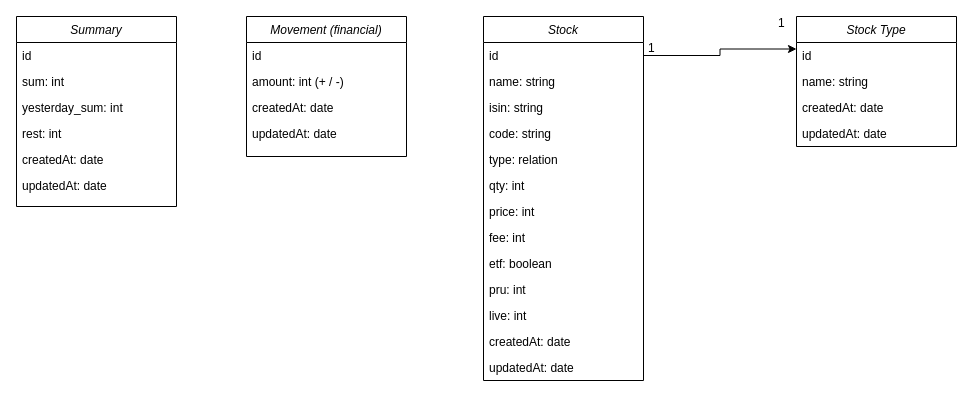
Earlier version of the draw.io diagram StockReport.drawio (thomas-claireau/stockreport). Source tidied: cells renumbered, new cells numbered last; positions are measured from the earlier drawing's top-left corner, leaving out a move shared by most shapes. Both pictures are drawn from the tidied source at 100%, with x=0, y=0 at pixel (16, 16).
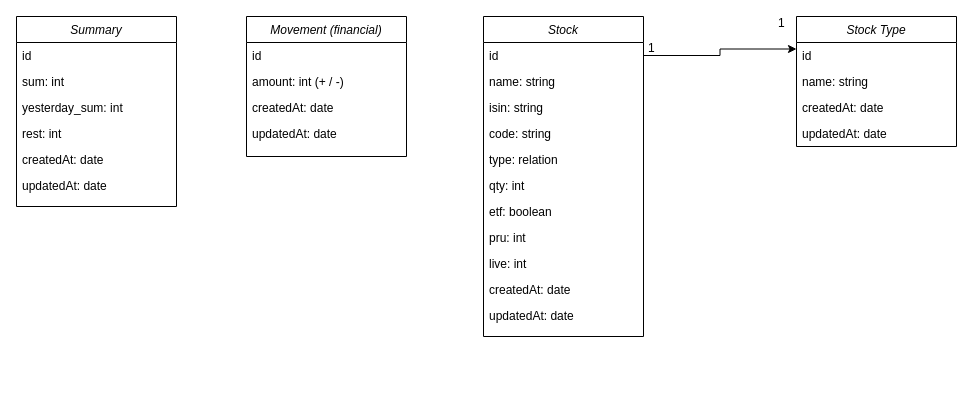
After the change.

Commit message (it also covers changes not shown here):
back -> update stock model

Diff of the diagram source:
```diff
@@
     <mxCell id="14" value="Stock" style="swimlane;fontStyle=2;align=center;verticalAlign=top;horizontal=1;startSize=26;rounded=0;shadow=0;strokeWidth=1;" parent="1" vertex="1">
-      <mxGeometry x="467" width="160" height="364" as="geometry" />
+      <mxGeometry x="467" width="160" height="320" as="geometry" />
     </mxCell>
@@
-    <mxCell id="21" value="price: int" style="text;align=left;verticalAlign=top;spacingLeft=4;spacingRight=4;overflow=hidden;rounded=0;shadow=0;html=0;" parent="14" vertex="1">
-      <mxGeometry y="182" width="160" height="26" as="geometry" />
-    </mxCell>
-    <mxCell id="22" value="fee: int" style="text;align=left;verticalAlign=top;spacingLeft=4;spacingRight=4;overflow=hidden;rounded=0;shadow=0;html=0;" parent="14" vertex="1">
-      <mxGeometry y="208" width="160" height="26" as="geometry" />
-    </mxCell>
     <mxCell id="23" value="etf: boolean" style="text;align=left;verticalAlign=top;spacingLeft=4;spacingRight=4;overflow=hidden;rounded=0;shadow=0;html=0;" parent="14" vertex="1">
-      <mxGeometry y="234" width="160" height="26" as="geometry" />
+      <mxGeometry y="182" width="160" height="26" as="geometry" />
     </mxCell>
     <mxCell id="24" value="pru: int" style="text;align=left;verticalAlign=top;spacingLeft=4;spacingRight=4;overflow=hidden;rounded=0;shadow=0;html=0;" parent="14" vertex="1">
-      <mxGeometry y="260" width="160" height="26" as="geometry" />
+      <mxGeometry y="208" width="160" height="26" as="geometry" />
     </mxCell>
     <mxCell id="25" value="live: int" style="text;align=left;verticalAlign=top;spacingLeft=4;spacingRight=4;overflow=hidden;rounded=0;shadow=0;html=0;" parent="14" vertex="1">
-      <mxGeometry y="286" width="160" height="26" as="geometry" />
+      <mxGeometry y="234" width="160" height="26" as="geometry" />
     </mxCell>
     <mxCell id="26" value="createdAt: date" style="text;align=left;verticalAlign=top;spacingLeft=4;spacingRight=4;overflow=hidden;rounded=0;shadow=0;html=0;" parent="14" vertex="1">
-      <mxGeometry y="312" width="160" height="26" as="geometry" />
+      <mxGeometry y="260" width="160" height="26" as="geometry" />
     </mxCell>
     <mxCell id="27" value="updatedAt: date" style="text;align=left;verticalAlign=top;spacingLeft=4;spacingRight=4;overflow=hidden;rounded=0;shadow=0;html=0;" parent="14" vertex="1">
-      <mxGeometry y="338" width="160" height="26" as="geometry" />
+      <mxGeometry y="286" width="160" height="26" as="geometry" />
     </mxCell>
```
